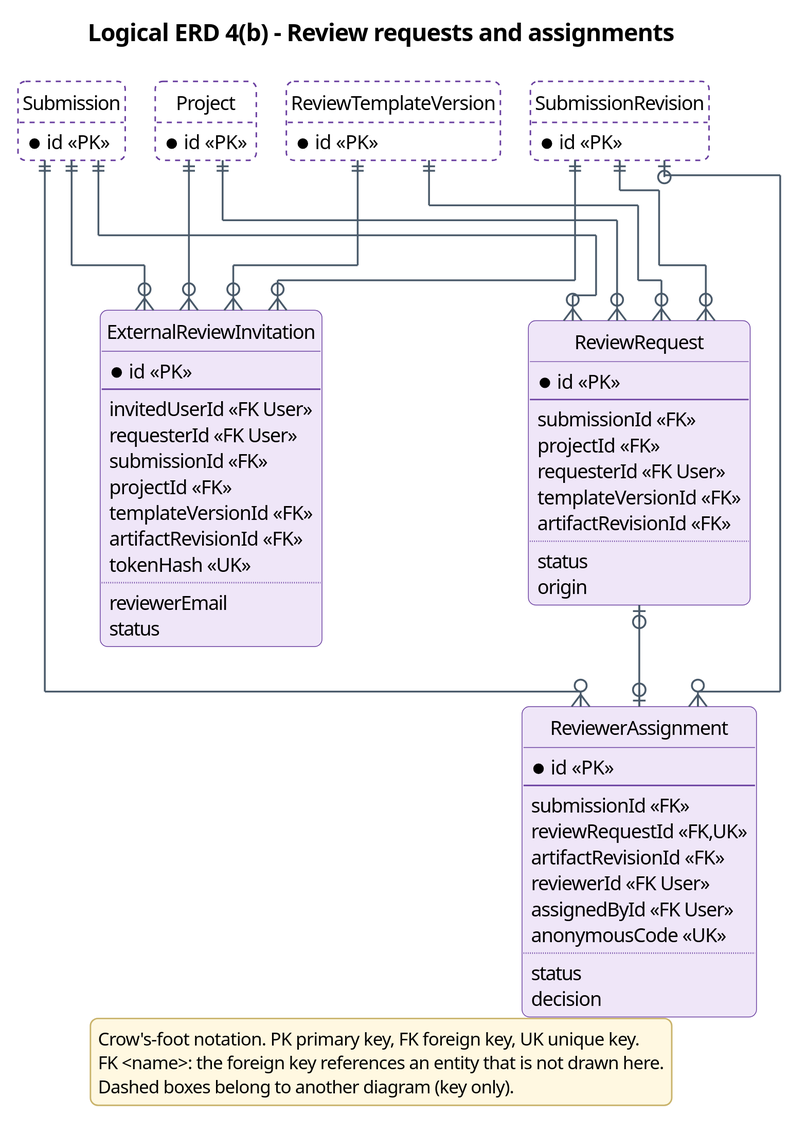
Earlier version of the PlantUML export docs/diagrams/report3/R3_ERD4b_Peer_Review.svg (Khoa-Hoa-Technology-Solution-Company/lumi-gap). Its source is kept beside it as docs/diagrams/report3/R3_ERD4b_Peer_Review.puml.
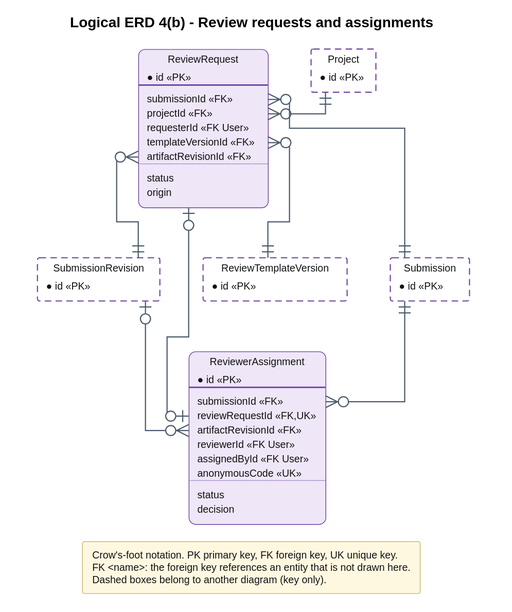
Later version of the same file.

Change to the diagram source:
```diff
@@ -50,20 +50,6 @@
   status
   decision
 }
-entity ExternalReviewInvitation #EFE6F8;line:6A3FA0 {
-  * id <<PK>>
-  --
-  invitedUserId <<FK User>>
-  requesterId <<FK User>>
-  submissionId <<FK>>
-  projectId <<FK>>
-  templateVersionId <<FK>>
-  artifactRevisionId <<FK>>
-  tokenHash <<UK>>
-  ..
-  reviewerEmail
-  status
-}
 entity Project #FFFFFF;line:6A3FA0;line.dashed {
   * id <<PK>>
 }
@@ -76,15 +62,11 @@
 entity ReviewTemplateVersion #FFFFFF;line:6A3FA0;line.dashed {
   * id <<PK>>
 }
-Project ||--o{ ExternalReviewInvitation
 Project ||--o{ ReviewRequest
 ReviewRequest |o--o| ReviewerAssignment
-ReviewTemplateVersion ||--o{ ExternalReviewInvitation
 ReviewTemplateVersion ||--o{ ReviewRequest
-SubmissionRevision ||--o{ ExternalReviewInvitation
 SubmissionRevision ||--o{ ReviewRequest
 SubmissionRevision |o--o{ ReviewerAssignment
-Submission ||--o{ ExternalReviewInvitation
 Submission ||--o{ ReviewRequest
 Submission ||--o{ ReviewerAssignment
 legend bottom
```
